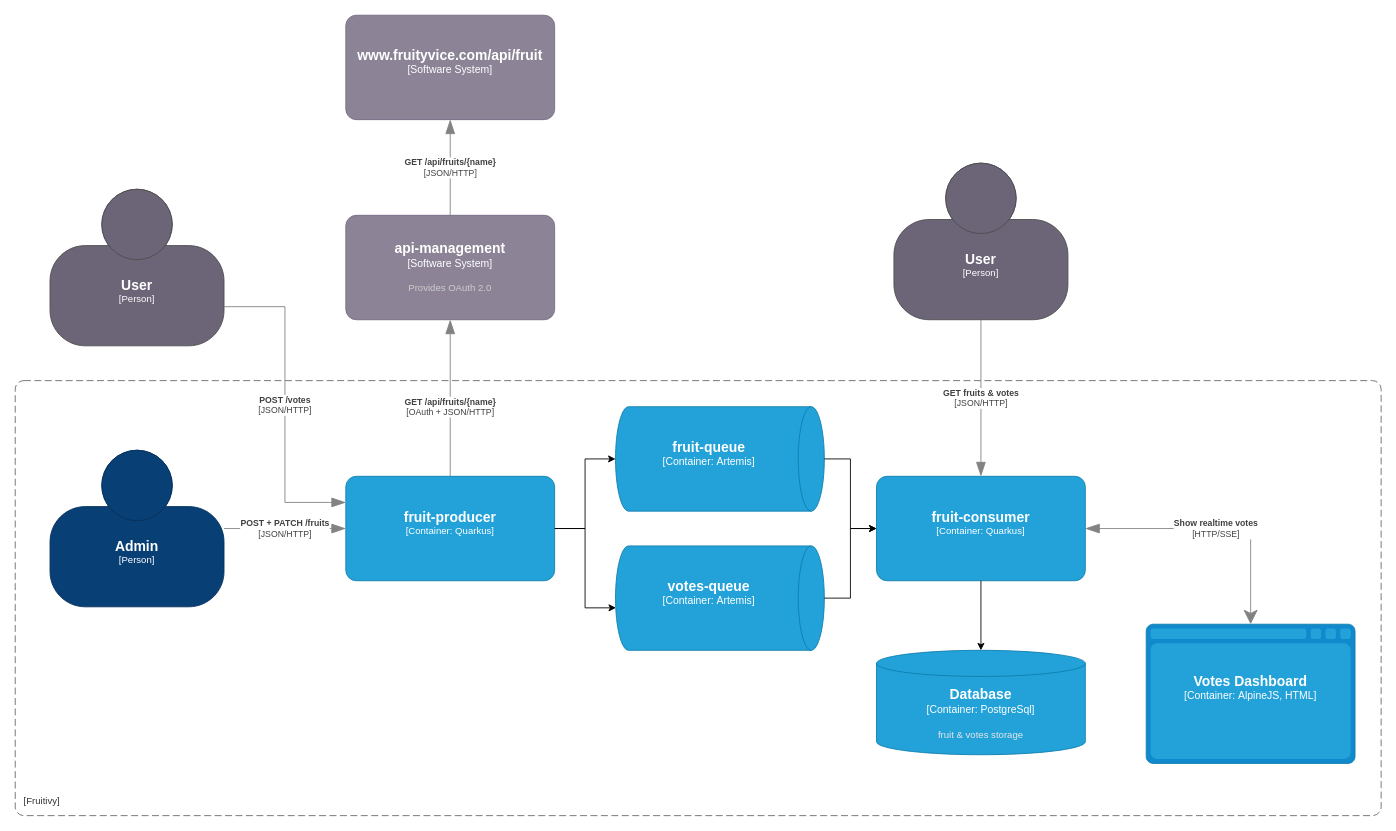
Above: fruityvice-demo-messaging/c4_source.drawio in Serkan80/quarkus-issue-reproducers (draw.io), before the change. Source tidied: cells renumbered, new cells numbered last; positions are measured from the earlier drawing's top-left corner, leaving out a move shared by most shapes. Both pictures are drawn from the tidied source at 87%, with x=0, y=0 at pixel (15, 15).
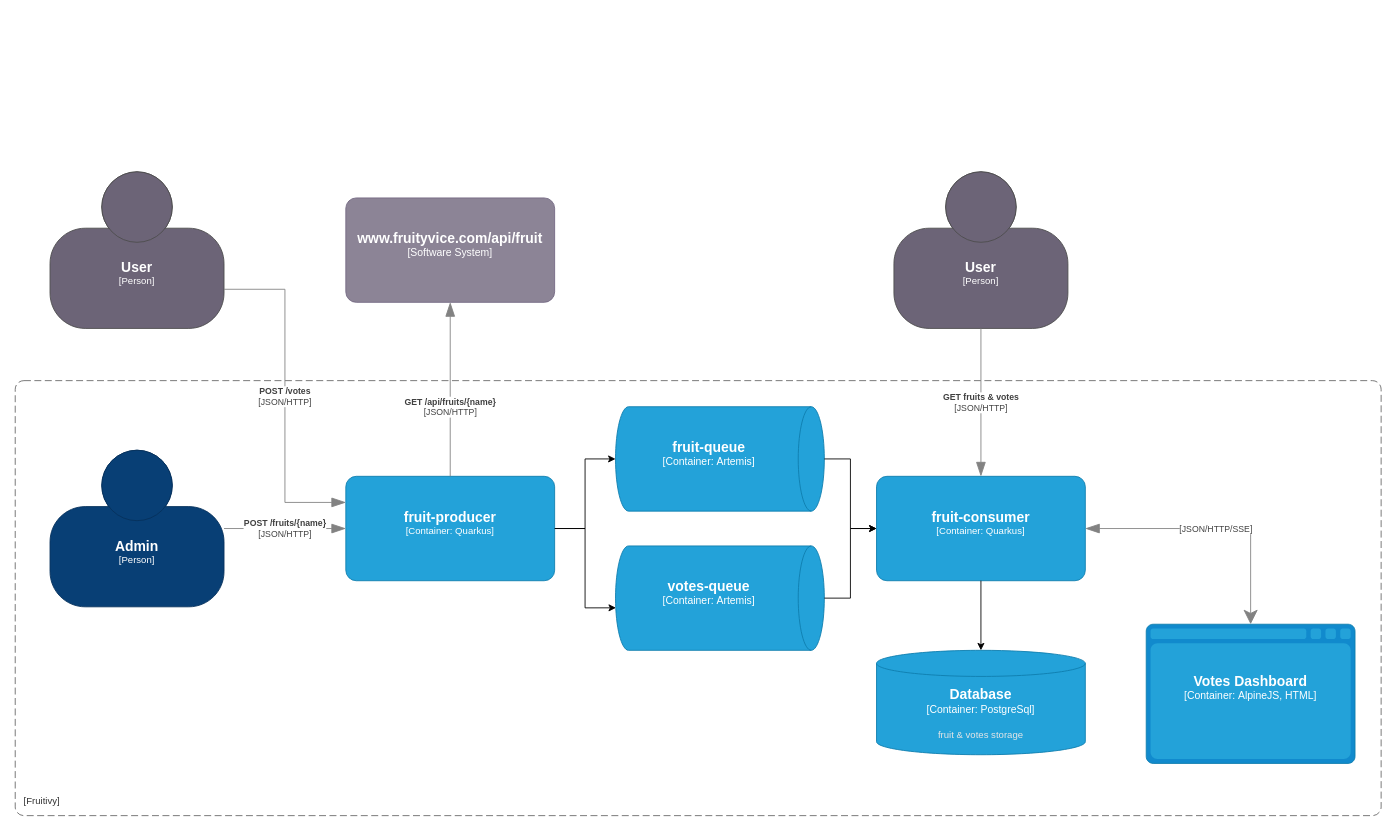
After the change.

Unchanged cells that the change refers to:
```xml
<object id="3" label="&lt;font style=&quot;font-size: 16px&quot;&gt;&lt;b&gt;%c4Name%&lt;/b&gt;&lt;/font&gt;&lt;div&gt;[%c4Type%: %c4Technology%]&lt;/div&gt;&lt;br&gt;&lt;div&gt;&lt;font style=&quot;font-size: 11px&quot;&gt;&lt;font color=&quot;#E6E6E6&quot;&gt;%c4Description%&lt;/font&gt;&lt;/div&gt;" c4Description="" c4Name="fruit-consumer" c4Technology="Quarkus" c4Type="Container" placeholders="1">
  <mxCell style="rounded=1;whiteSpace=wrap;html=1;fontSize=11;labelBackgroundColor=none;fillColor=#23A2D9;fontColor=#ffffff;align=center;arcSize=10;strokeColor=#0E7DAD;points=[[0.25,0,0],[0.5,0,0],[0.75,0,0],[1,0.25,0],[1,0.5,0],[1,0.75,0],[0.75,1,0],[0.5,1,0],[0.25,1,0],[0,0.75,0],[0,0.5,0],[0,0.25,0]];" parent="1" vertex="1">
    <mxGeometry x="990" y="530" width="240" height="120" as="geometry" />
  </mxCell>
</object>
<object id="9" label="&lt;font style=&quot;font-size: 16px&quot;&gt;&lt;b&gt;%c4Name%&lt;/b&gt;&lt;/font&gt;&lt;div&gt;[%c4Type%]&lt;/div&gt;&lt;br&gt;&lt;div&gt;&lt;font style=&quot;font-size: 11px&quot;&gt;&lt;font color=&quot;#cccccc&quot;&gt;%c4Description%&lt;/font&gt;&lt;/div&gt;" c4Description="" c4Name="Admin" c4Type="Person" placeholders="1">
  <mxCell style="html=1;fontSize=11;dashed=0;whiteSpace=wrap;fillColor=#083F75;strokeColor=#06315C;fontColor=#ffffff;shape=mxgraph.c4.person2;align=center;points=[[0.5,0,0],[1,0.5,0],[1,0.75,0],[0.75,1,0],[0.5,1,0],[0.25,1,0],[0,0.75,0],[0,0.5,0]];" parent="1" vertex="1">
    <mxGeometry x="40" y="500" width="200" height="180" as="geometry" />
  </mxCell>
</object>
<object id="11" label="&lt;font style=&quot;font-size: 16px&quot;&gt;&lt;b&gt;%c4Name%&lt;/b&gt;&lt;/font&gt;&lt;div&gt;[%c4Type%: %c4Technology%]&lt;/div&gt;&lt;br&gt;&lt;div&gt;&lt;font style=&quot;font-size: 11px&quot;&gt;&lt;font color=&quot;#E6E6E6&quot;&gt;%c4Description%&lt;/font&gt;&lt;/div&gt;" c4Description="" c4Name="fruit-producer" c4Technology="Quarkus" c4Type="Container" placeholders="1">
  <mxCell style="rounded=1;whiteSpace=wrap;html=1;fontSize=11;labelBackgroundColor=none;fillColor=#23A2D9;fontColor=#ffffff;align=center;arcSize=10;strokeColor=#0E7DAD;points=[[0.25,0,0],[0.5,0,0],[0.75,0,0],[1,0.25,0],[1,0.5,0],[1,0.75,0],[0.75,1,0],[0.5,1,0],[0.25,1,0],[0,0.75,0],[0,0.5,0],[0,0.25,0]];" parent="1" vertex="1">
    <mxGeometry x="380" y="530" width="240" height="120" as="geometry" />
  </mxCell>
</object>
<object id="15" label="&lt;font style=&quot;font-size: 16px&quot;&gt;&lt;b&gt;%c4Name%&lt;/b&gt;&lt;/font&gt;&lt;div&gt;[%c4Type%:&amp;nbsp;%c4Technology%]&lt;/div&gt;&lt;br&gt;&lt;div&gt;&lt;font style=&quot;font-size: 11px&quot;&gt;&lt;font color=&quot;#E6E6E6&quot;&gt;%c4Description%&lt;/font&gt;&lt;/div&gt;" c4Description="" c4Name="Votes Dashboard" c4Technology="AlpineJS, HTML" c4Type="Container" placeholders="1">
  <mxCell style="shape=mxgraph.c4.webBrowserContainer2;whiteSpace=wrap;html=1;boundedLbl=1;rounded=0;labelBackgroundColor=none;strokeColor=#118ACD;fillColor=#23A2D9;strokeColor=#118ACD;strokeColor2=#0E7DAD;fontSize=12;fontColor=#ffffff;align=center;points=[[0.5,0,0],[1,0.25,0],[1,0.5,0],[1,0.75,0],[0.5,1,0],[0,0.75,0],[0,0.5,0],[0,0.25,0]];" parent="1" vertex="1">
    <mxGeometry x="1300" y="700" width="240" height="160" as="geometry" />
  </mxCell>
</object>
```

What changed in the source:
```diff
@@
-    <object id="4" label="&lt;font style=&quot;font-size: 16px&quot;&gt;&lt;b&gt;%c4Name%&lt;/b&gt;&lt;/font&gt;&lt;div&gt;[%c4Type%]&lt;/div&gt;&lt;br&gt;&lt;div&gt;&lt;font style=&quot;font-size: 11px&quot;&gt;&lt;font color=&quot;#cccccc&quot;&gt;%c4Description%&lt;/font&gt;&lt;/div&gt;" c4Description="Provides OAuth 2.0" c4Name="api-management" c4Type="Software System" placeholders="1">
-      <mxCell style="rounded=1;whiteSpace=wrap;html=1;labelBackgroundColor=none;fillColor=#8C8496;fontColor=#ffffff;align=center;arcSize=10;strokeColor=#736782;points=[[0.25,0,0],[0.5,0,0],[0.75,0,0],[1,0.25,0],[1,0.5,0],[1,0.75,0],[0.75,1,0],[0.5,1,0],[0.25,1,0],[0,0.75,0],[0,0.5,0],[0,0.25,0]];" parent="1" vertex="1">
-        <mxGeometry x="380" y="230" width="240" height="120" as="geometry" />
-      </mxCell>
-    </object>
     <object id="5" label="&lt;font style=&quot;font-size: 16px&quot;&gt;&lt;b&gt;%c4Name%&lt;/b&gt;&lt;/font&gt;&lt;div&gt;[%c4Type%]&lt;/div&gt;&lt;br&gt;&lt;div&gt;&lt;font style=&quot;font-size: 11px&quot;&gt;&lt;font color=&quot;#cccccc&quot;&gt;%c4Description%&lt;/font&gt;&lt;/div&gt;" c4Description="" c4Name="www.fruityvice.com/api/fruit" c4Type="Software System" placeholders="1">
       <mxCell style="rounded=1;whiteSpace=wrap;html=1;labelBackgroundColor=none;fillColor=#8C8496;fontColor=#ffffff;align=center;arcSize=10;strokeColor=#736782;points=[[0.25,0,0],[0.5,0,0],[0.75,0,0],[1,0.25,0],[1,0.5,0],[1,0.75,0],[0.75,1,0],[0.5,1,0],[0.25,1,0],[0,0.75,0],[0,0.5,0],[0,0.25,0]];" parent="1" vertex="1">
-        <mxGeometry x="380" width="240" height="120" as="geometry" />
+        <mxGeometry x="380" y="210" width="240" height="120" as="geometry" />
       </mxCell>
     </object>
     <object id="6" label="&lt;font style=&quot;font-size: 16px&quot;&gt;&lt;b&gt;%c4Name%&lt;/b&gt;&lt;/font&gt;&lt;div&gt;[%c4Type%]&lt;/div&gt;&lt;br&gt;&lt;div&gt;&lt;font style=&quot;font-size: 11px&quot;&gt;&lt;font color=&quot;#cccccc&quot;&gt;%c4Description%&lt;/font&gt;&lt;/div&gt;" c4Description="" c4Name="User" c4Type="Person" placeholders="1">
       <mxCell style="html=1;fontSize=11;dashed=0;whiteSpace=wrap;fillColor=#6C6477;strokeColor=#4D4D4D;fontColor=#ffffff;shape=mxgraph.c4.person2;align=center;points=[[0.5,0,0],[1,0.5,0],[1,0.75,0],[0.75,1,0],[0.5,1,0],[0.25,1,0],[0,0.75,0],[0,0.5,0]];" parent="1" vertex="1">
-        <mxGeometry x="1010" y="170" width="200" height="180" as="geometry" />
+        <mxGeometry x="1010" y="180" width="200" height="180" as="geometry" />
       </mxCell>
     </object>
@@
-    <object id="16" label="&lt;div style=&quot;text-align: left&quot;&gt;&lt;div style=&quot;text-align: center&quot;&gt;&lt;b&gt;%c4Description%&lt;/b&gt;&lt;/div&gt;&lt;div style=&quot;text-align: center&quot;&gt;[%c4Technology%]&lt;/div&gt;&lt;/div&gt;" c4Description="Show realtime votes" c4Technology="HTTP/SSE" placeholders="1">
+    <object id="16" label="&lt;div style=&quot;text-align: left&quot;&gt;&lt;div style=&quot;text-align: center&quot;&gt;&lt;b&gt;%c4Description%&lt;/b&gt;&lt;/div&gt;&lt;div style=&quot;text-align: center&quot;&gt;[%c4Technology%]&lt;/div&gt;&lt;/div&gt;" c4Description="" c4Technology="JSON/HTTP/SSE" placeholders="1">
       <mxCell style="endArrow=blockThin;html=1;fontSize=10;fontColor=#404040;strokeWidth=1;endFill=1;strokeColor=#828282;elbow=vertical;endSize=14;startSize=14;jumpStyle=arc;jumpSize=16;rounded=0;edgeStyle=orthogonalEdgeStyle;exitX=0.5;exitY=0;exitDx=0;exitDy=0;exitPerimeter=0;entryX=1;entryY=0.5;entryDx=0;entryDy=0;entryPerimeter=0;startArrow=classic;startFill=1;" parent="1" edge="1" source="15" target="3">
         <mxGeometry relative="1" as="geometry" />
       </mxCell>
     </object>
@@
     <object id="20" label="&lt;font style=&quot;font-size: 16px&quot;&gt;&lt;b&gt;%c4Name%&lt;/b&gt;&lt;/font&gt;&lt;div&gt;[%c4Type%]&lt;/div&gt;&lt;br&gt;&lt;div&gt;&lt;font style=&quot;font-size: 11px&quot;&gt;&lt;font color=&quot;#cccccc&quot;&gt;%c4Description%&lt;/font&gt;&lt;/div&gt;" c4Description="" c4Name="User" c4Type="Person" placeholders="1">
       <mxCell style="html=1;fontSize=11;dashed=0;whiteSpace=wrap;fillColor=#6C6477;strokeColor=#4D4D4D;fontColor=#ffffff;shape=mxgraph.c4.person2;align=center;points=[[0.5,0,0],[1,0.5,0],[1,0.75,0],[0.75,1,0],[0.5,1,0],[0.25,1,0],[0,0.75,0],[0,0.5,0]];" parent="1" vertex="1">
-        <mxGeometry x="40" y="200" width="200" height="180" as="geometry" />
+        <mxGeometry x="40" y="180" width="200" height="180" as="geometry" />
       </mxCell>
     </object>
-    <object id="21" label="&lt;div style=&quot;text-align: left&quot;&gt;&lt;div style=&quot;text-align: center&quot;&gt;&lt;b&gt;%c4Description%&lt;/b&gt;&lt;/div&gt;&lt;div style=&quot;text-align: center&quot;&gt;[%c4Technology%]&lt;/div&gt;&lt;/div&gt;" c4Description="POST + PATCH /fruits" c4Technology="JSON/HTTP" placeholders="1">
+    <object id="21" label="&lt;div style=&quot;text-align: left&quot;&gt;&lt;div style=&quot;text-align: center&quot;&gt;&lt;b&gt;%c4Description%&lt;/b&gt;&lt;/div&gt;&lt;div style=&quot;text-align: center&quot;&gt;[%c4Technology%]&lt;/div&gt;&lt;/div&gt;" c4Description="POST /fruits/{name}" c4Technology="JSON/HTTP" placeholders="1">
       <mxCell style="endArrow=blockThin;html=1;fontSize=10;fontColor=#404040;strokeWidth=1;endFill=1;strokeColor=#828282;elbow=vertical;endSize=14;startSize=14;jumpStyle=arc;jumpSize=16;rounded=0;edgeStyle=orthogonalEdgeStyle;exitX=1;exitY=0.5;exitDx=0;exitDy=0;exitPerimeter=0;entryX=0;entryY=0.5;entryDx=0;entryDy=0;entryPerimeter=0;" parent="1" edge="1" source="9" target="11">
         <mxGeometry relative="1" as="geometry" />
       </mxCell>
     </object>
@@
-    <object id="23" label="&lt;div style=&quot;text-align: left&quot;&gt;&lt;div style=&quot;text-align: center&quot;&gt;&lt;b&gt;%c4Description%&lt;/b&gt;&lt;/div&gt;&lt;div style=&quot;text-align: center&quot;&gt;[%c4Technology%]&lt;/div&gt;&lt;/div&gt;" c4Description="GET /api/fruits/{name}" c4Technology="OAuth + JSON/HTTP" placeholders="1">
-      <mxCell style="endArrow=blockThin;html=1;fontSize=10;fontColor=#404040;strokeWidth=1;endFill=1;strokeColor=#828282;elbow=vertical;endSize=14;startSize=14;jumpStyle=arc;jumpSize=16;rounded=0;edgeStyle=orthogonalEdgeStyle;exitX=0.5;exitY=0;exitDx=0;exitDy=0;exitPerimeter=0;entryX=0.5;entryY=1;entryDx=0;entryDy=0;entryPerimeter=0;" parent="1" edge="1" source="11" target="4">
-        <mxGeometry x="-0.11" relative="1" as="geometry" />
-      </mxCell>
-    </object>
     <object id="24" label="&lt;div style=&quot;text-align: left&quot;&gt;&lt;div style=&quot;text-align: center&quot;&gt;&lt;b&gt;%c4Description%&lt;/b&gt;&lt;/div&gt;&lt;div style=&quot;text-align: center&quot;&gt;[%c4Technology%]&lt;/div&gt;&lt;/div&gt;" c4Description="GET /api/fruits/{name}" c4Technology="JSON/HTTP" placeholders="1">
-      <mxCell style="endArrow=blockThin;html=1;fontSize=10;fontColor=#404040;strokeWidth=1;endFill=1;strokeColor=#828282;elbow=vertical;endSize=14;startSize=14;jumpStyle=arc;jumpSize=16;rounded=0;edgeStyle=orthogonalEdgeStyle;exitX=0.5;exitY=0;exitDx=0;exitDy=0;exitPerimeter=0;entryX=0.5;entryY=1;entryDx=0;entryDy=0;entryPerimeter=0;" parent="1" edge="1" source="4" target="5">
-        <mxGeometry relative="1" as="geometry" />
+      <mxCell style="endArrow=blockThin;html=1;fontSize=10;fontColor=#404040;strokeWidth=1;endFill=1;strokeColor=#828282;elbow=vertical;endSize=14;startSize=14;jumpStyle=arc;jumpSize=16;rounded=0;edgeStyle=orthogonalEdgeStyle;exitX=0.5;exitY=0;exitDx=0;exitDy=0;exitPerimeter=0;entryX=0.5;entryY=1;entryDx=0;entryDy=0;entryPerimeter=0;" parent="1" edge="1" source="11" target="5">
+        <mxGeometry x="-0.2" relative="1" as="geometry">
+          <Array as="points">
+            <mxPoint x="500" y="440" />
+            <mxPoint x="500" y="440" />
+          </Array>
+        </mxGeometry>
       </mxCell>
     </object>
```
